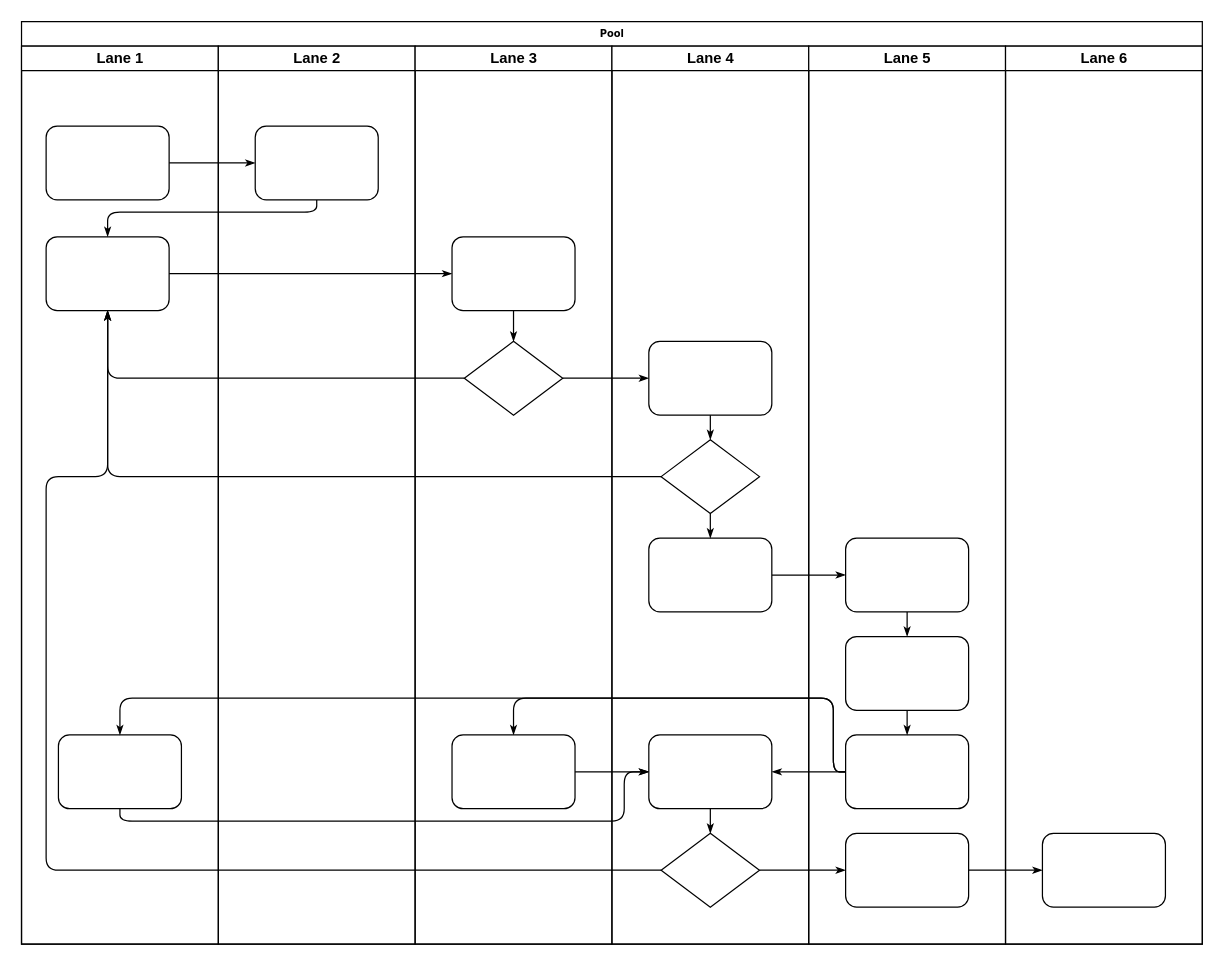
neio100/orange keeps this draw.io diagram as Shell Routing Flow.drawio. Above is the earlier version. Source tidied: cells renumbered, new cells numbered last; positions are measured from the earlier drawing's top-left corner, leaving out a move shared by most shapes. Both pictures are drawn from the tidied source at 123%, with x=0, y=0 at pixel (21, 21).
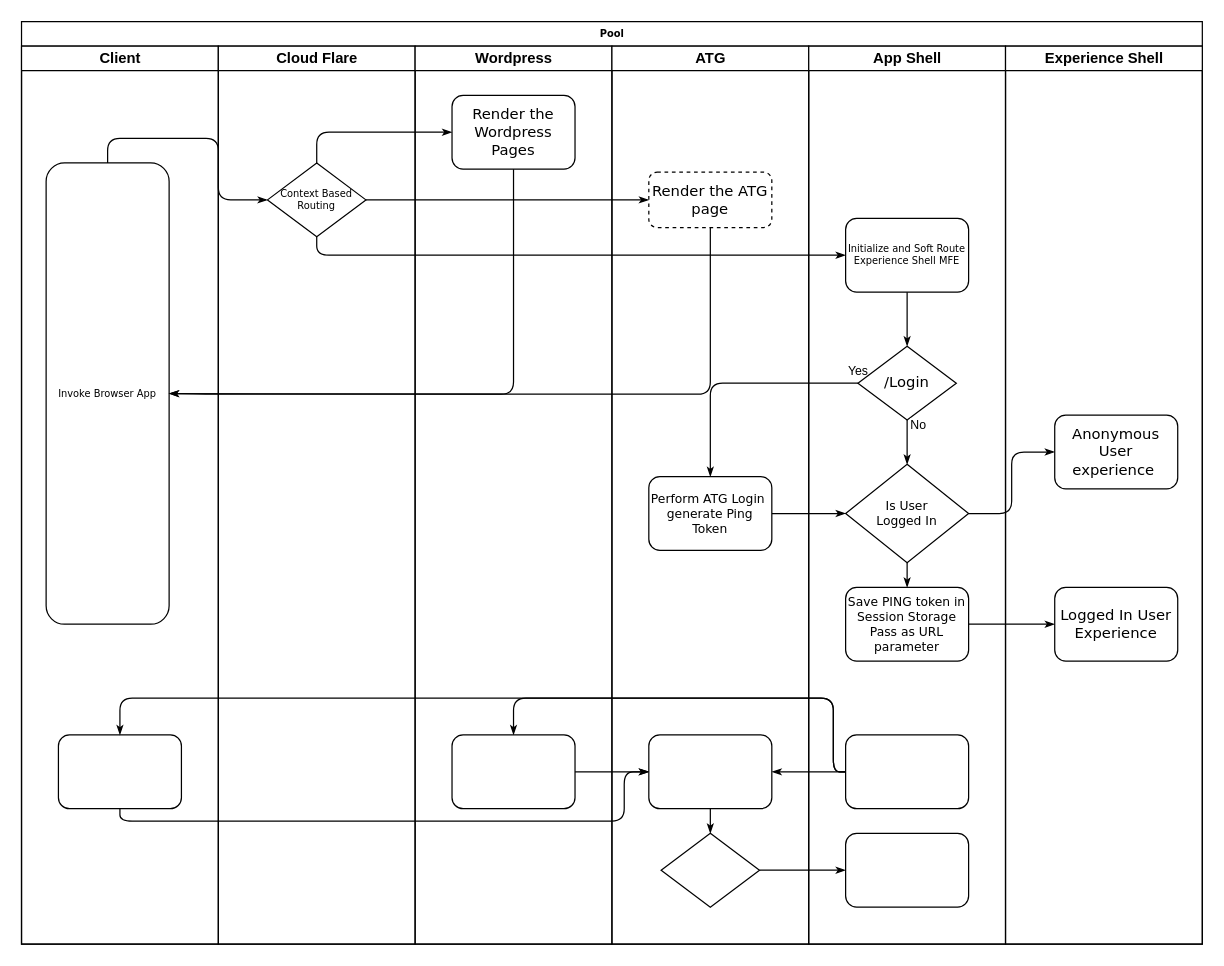
The same page after the edit.

The change refers to these unchanged cells:
```xml
<mxCell id="2" value="Pool" style="swimlane;html=1;startSize=20;rounded=0;shadow=0;labelBackgroundColor=none;strokeWidth=1;fontFamily=Verdana;fontSize=8;align=center;" parent="1" vertex="1">
  <mxGeometry width="960" height="750" as="geometry" />
</mxCell>
<mxCell id="34" style="rhombus;whiteSpace=wrap;html=1;rounded=0;shadow=0;labelBackgroundColor=none;strokeWidth=1;fontFamily=Verdana;fontSize=8;align=center;" parent="29" vertex="1">
  <mxGeometry x="40" y="640" width="80" height="60" as="geometry" />
</mxCell>
<mxCell id="41" style="rounded=1;whiteSpace=wrap;html=1;shadow=0;labelBackgroundColor=none;strokeWidth=1;fontFamily=Verdana;fontSize=8;align=center;" parent="38" vertex="1">
  <mxGeometry x="30" y="560" width="100" height="60" as="geometry" />
</mxCell>
<mxCell id="42" style="rounded=1;whiteSpace=wrap;html=1;shadow=0;labelBackgroundColor=none;strokeWidth=1;fontFamily=Verdana;fontSize=8;align=center;" parent="38" vertex="1">
  <mxGeometry x="30" y="640" width="100" height="60" as="geometry" />
</mxCell>
```

Diff of the diagram source:
```diff
@@
-    <mxCell id="3" value="Lane 1" style="swimlane;html=1;startSize=20;" parent="2" vertex="1">
+    <mxCell id="3" value="Client" style="swimlane;html=1;startSize=20;" parent="2" vertex="1">
       <mxGeometry y="20" width="160" height="730" as="geometry" />
     </mxCell>
-    <mxCell id="4" style="rounded=1;whiteSpace=wrap;html=1;shadow=0;labelBackgroundColor=none;strokeWidth=1;fontFamily=Verdana;fontSize=8;align=center;" parent="3" vertex="1">
-      <mxGeometry x="20" y="65" width="100" height="60" as="geometry" />
+    <mxCell id="4" value="Invoke Browser App" style="rounded=1;whiteSpace=wrap;html=1;shadow=0;labelBackgroundColor=none;strokeWidth=1;fontFamily=Verdana;fontSize=8;align=center;" parent="3" vertex="1">
+      <mxGeometry x="20" y="95" width="100" height="375" as="geometry" />
     </mxCell>
-    <mxCell id="5" style="rounded=1;whiteSpace=wrap;html=1;shadow=0;labelBackgroundColor=none;strokeWidth=1;fontFamily=Verdana;fontSize=8;align=center;" parent="3" vertex="1">
-      <mxGeometry x="20" y="155" width="100" height="60" as="geometry" />
-    </mxCell>
@@
-    <mxCell id="7" style="edgeStyle=orthogonalEdgeStyle;rounded=1;html=1;labelBackgroundColor=none;startArrow=none;startFill=0;startSize=5;endArrow=classicThin;endFill=1;endSize=5;jettySize=auto;strokeWidth=1;fontFamily=Verdana;fontSize=8;" parent="2" edge="1" source="4" target="23">
+    <mxCell id="7" style="edgeStyle=orthogonalEdgeStyle;rounded=1;html=1;labelBackgroundColor=none;startArrow=none;startFill=0;startSize=5;endArrow=classicThin;endFill=1;endSize=5;jettySize=auto;strokeWidth=1;fontFamily=Verdana;fontSize=8;entryX=0;entryY=0.5;entryDx=0;entryDy=0;exitX=0.5;exitY=0;exitDx=0;exitDy=0;" parent="2" edge="1" source="4" target="47">
       <mxGeometry relative="1" as="geometry" />
     </mxCell>
-    <mxCell id="8" style="edgeStyle=orthogonalEdgeStyle;rounded=1;html=1;labelBackgroundColor=none;startArrow=none;startFill=0;startSize=5;endArrow=classicThin;endFill=1;endSize=5;jettySize=auto;strokeWidth=1;fontFamily=Verdana;fontSize=8;" parent="2" edge="1" source="23" target="5">
+    <mxCell id="8" style="edgeStyle=orthogonalEdgeStyle;rounded=1;html=1;labelBackgroundColor=none;startArrow=none;startFill=0;startSize=5;endArrow=classicThin;endFill=1;endSize=5;jettySize=auto;strokeWidth=1;fontFamily=Verdana;fontSize=8;exitX=0.5;exitY=1;exitDx=0;exitDy=0;" parent="2" edge="1" source="47" target="5">
       <mxGeometry relative="1" as="geometry">
         <Array as="points">
-          <mxPoint x="240" y="155" />
-          <mxPoint x="70" y="155" />
+          <mxPoint x="240" y="190" />
+          <mxPoint x="720" y="190" />
         </Array>
       </mxGeometry>
     </mxCell>
-    <mxCell id="9" style="edgeStyle=orthogonalEdgeStyle;rounded=1;html=1;labelBackgroundColor=none;startArrow=none;startFill=0;startSize=5;endArrow=classicThin;endFill=1;endSize=5;jettySize=auto;strokeWidth=1;fontFamily=Verdana;fontSize=8;" parent="2" edge="1" source="5" target="25">
+    <mxCell id="9" style="edgeStyle=orthogonalEdgeStyle;rounded=1;html=1;labelBackgroundColor=none;startArrow=none;startFill=0;startSize=5;endArrow=classicThin;endFill=1;endSize=5;jettySize=auto;strokeWidth=1;fontFamily=Verdana;fontSize=8;exitX=0.5;exitY=0;exitDx=0;exitDy=0;" parent="2" edge="1" source="47" target="25">
       <mxGeometry relative="1" as="geometry" />
     </mxCell>
-    <mxCell id="10" style="edgeStyle=orthogonalEdgeStyle;rounded=1;html=1;labelBackgroundColor=none;startArrow=none;startFill=0;startSize=5;endArrow=classicThin;endFill=1;endSize=5;jettySize=auto;strokeWidth=1;fontFamily=Verdana;fontSize=8;" parent="2" edge="1" source="26" target="5">
+    <mxCell id="10" style="edgeStyle=orthogonalEdgeStyle;rounded=1;html=1;labelBackgroundColor=none;startArrow=none;startFill=0;startSize=5;endArrow=classicThin;endFill=1;endSize=5;jettySize=auto;strokeWidth=1;fontFamily=Verdana;fontSize=8;entryX=0;entryY=0.5;entryDx=0;entryDy=0;exitX=1;exitY=0.5;exitDx=0;exitDy=0;" parent="2" edge="1" source="32" target="49">
       <mxGeometry relative="1" as="geometry" />
     </mxCell>
-    <mxCell id="11" style="edgeStyle=orthogonalEdgeStyle;rounded=1;html=1;labelBackgroundColor=none;startArrow=none;startFill=0;startSize=5;endArrow=classicThin;endFill=1;endSize=5;jettySize=auto;strokeWidth=1;fontFamily=Verdana;fontSize=8;" parent="2" edge="1" source="31" target="5">
-      <mxGeometry relative="1" as="geometry" />
-    </mxCell>
-    <mxCell id="12" style="edgeStyle=orthogonalEdgeStyle;rounded=1;html=1;labelBackgroundColor=none;startArrow=none;startFill=0;startSize=5;endArrow=classicThin;endFill=1;endSize=5;jettySize=auto;strokeWidth=1;fontFamily=Verdana;fontSize=8;" parent="2" edge="1" source="34" target="5">
-      <mxGeometry relative="1" as="geometry">
-        <Array as="points">
-          <mxPoint x="20" y="690" />
-          <mxPoint x="20" y="370" />
-          <mxPoint x="70" y="370" />
-        </Array>
-      </mxGeometry>
-    </mxCell>
-    <mxCell id="13" style="edgeStyle=orthogonalEdgeStyle;rounded=1;html=1;labelBackgroundColor=none;startArrow=none;startFill=0;startSize=5;endArrow=classicThin;endFill=1;endSize=5;jettySize=auto;strokeWidth=1;fontFamily=Verdana;fontSize=8;" parent="2" edge="1" source="26" target="30">
+    <mxCell id="13" style="edgeStyle=orthogonalEdgeStyle;rounded=1;html=1;labelBackgroundColor=none;startArrow=none;startFill=0;startSize=5;endArrow=classicThin;endFill=1;endSize=5;jettySize=auto;strokeWidth=1;fontFamily=Verdana;fontSize=8;exitX=1;exitY=0.5;exitDx=0;exitDy=0;" parent="2" edge="1" source="47" target="30">
       <mxGeometry relative="1" as="geometry" />
     </mxCell>
@@
-    <mxCell id="15" style="edgeStyle=orthogonalEdgeStyle;rounded=1;html=1;labelBackgroundColor=none;startArrow=none;startFill=0;startSize=5;endArrow=classicThin;endFill=1;endSize=5;jettySize=auto;strokeWidth=1;fontFamily=Verdana;fontSize=8;" parent="2" edge="1" source="42" target="46">
-      <mxGeometry relative="1" as="geometry" />
-    </mxCell>
-    <mxCell id="16" style="edgeStyle=orthogonalEdgeStyle;rounded=1;html=1;labelBackgroundColor=none;startArrow=none;startFill=0;startSize=5;endArrow=classicThin;endFill=1;endSize=5;jettySize=auto;strokeWidth=1;fontFamily=Verdana;fontSize=8;" parent="2" edge="1" source="32" target="39">
-      <mxGeometry relative="1" as="geometry" />
-    </mxCell>
@@
-    <mxCell id="22" value="Lane 2" style="swimlane;html=1;startSize=20;" parent="2" vertex="1">
+    <mxCell id="22" value="Cloud Flare" style="swimlane;html=1;startSize=20;" parent="2" vertex="1">
       <mxGeometry x="160" y="20" width="160" height="730" as="geometry" />
     </mxCell>
-    <mxCell id="23" style="rounded=1;whiteSpace=wrap;html=1;shadow=0;labelBackgroundColor=none;strokeWidth=1;fontFamily=Verdana;fontSize=8;align=center;" parent="22" vertex="1">
-      <mxGeometry x="30" y="65" width="100" height="60" as="geometry" />
-    </mxCell>
+    <mxCell id="47" value="Context Based Routing" style="rhombus;whiteSpace=wrap;html=1;rounded=0;shadow=0;labelBackgroundColor=none;strokeWidth=1;fontFamily=Verdana;fontSize=8;align=center;" parent="22" vertex="1">
+      <mxGeometry x="40" y="95" width="80" height="60" as="geometry" />
+    </mxCell>
-    <mxCell id="24" value="Lane 3" style="swimlane;html=1;startSize=20;" parent="2" vertex="1">
+    <mxCell id="24" value="Wordpress" style="swimlane;html=1;startSize=20;" parent="2" vertex="1">
       <mxGeometry x="320" y="20" width="160" height="730" as="geometry" />
     </mxCell>
-    <mxCell id="25" style="rounded=1;whiteSpace=wrap;html=1;shadow=0;labelBackgroundColor=none;strokeWidth=1;fontFamily=Verdana;fontSize=8;align=center;" parent="24" vertex="1">
-      <mxGeometry x="30" y="155" width="100" height="60" as="geometry" />
+    <mxCell id="25" value="&lt;font style=&quot;font-size: 12px&quot;&gt;Render the Wordpress Pages&lt;/font&gt;" style="rounded=1;whiteSpace=wrap;html=1;shadow=0;labelBackgroundColor=none;strokeWidth=1;fontFamily=Verdana;fontSize=8;align=center;" parent="24" vertex="1">
+      <mxGeometry x="30" y="40" width="100" height="60" as="geometry" />
     </mxCell>
-    <mxCell id="26" style="rhombus;whiteSpace=wrap;html=1;rounded=0;shadow=0;labelBackgroundColor=none;strokeWidth=1;fontFamily=Verdana;fontSize=8;align=center;" parent="24" vertex="1">
-      <mxGeometry x="40" y="240" width="80" height="60" as="geometry" />
-    </mxCell>
@@
-    <mxCell id="28" style="edgeStyle=orthogonalEdgeStyle;rounded=1;html=1;labelBackgroundColor=none;startArrow=none;startFill=0;startSize=5;endArrow=classicThin;endFill=1;endSize=5;jettySize=auto;strokeWidth=1;fontFamily=Verdana;fontSize=8;" parent="24" edge="1" source="25" target="26">
-      <mxGeometry relative="1" as="geometry" />
-    </mxCell>
+    <mxCell id="36" style="edgeStyle=orthogonalEdgeStyle;rounded=1;html=1;labelBackgroundColor=none;startArrow=none;startFill=0;startSize=5;endArrow=classicThin;endFill=1;endSize=5;jettySize=auto;strokeWidth=1;fontFamily=Verdana;fontSize=8;entryX=0.5;entryY=0;entryDx=0;entryDy=0;" parent="2" edge="1" source="31" target="32">
+      <mxGeometry relative="1" as="geometry" />
+    </mxCell>
+    <mxCell id="43" style="edgeStyle=orthogonalEdgeStyle;rounded=1;html=1;labelBackgroundColor=none;startArrow=none;startFill=0;startSize=5;endArrow=classicThin;endFill=1;endSize=5;jettySize=auto;strokeWidth=1;fontFamily=Verdana;fontSize=8;" parent="2" edge="1" source="39" target="40">
+      <mxGeometry relative="1" as="geometry" />
+    </mxCell>
+    <mxCell id="48" style="edgeStyle=orthogonalEdgeStyle;rounded=1;html=1;labelBackgroundColor=none;startArrow=none;startFill=0;startSize=5;endArrow=classicThin;endFill=1;endSize=5;jettySize=auto;strokeWidth=1;fontFamily=Verdana;fontSize=8;exitX=1;exitY=0.5;exitDx=0;exitDy=0;entryX=0;entryY=0.5;entryDx=0;entryDy=0;" parent="2" edge="1" source="49" target="23">
+      <mxGeometry relative="1" as="geometry" />
+    </mxCell>
-    <mxCell id="29" value="Lane 4" style="swimlane;html=1;startSize=20;" parent="2" vertex="1">
+    <mxCell id="29" value="ATG" style="swimlane;html=1;startSize=20;" parent="2" vertex="1">
       <mxGeometry x="480" y="20" width="160" height="730" as="geometry" />
     </mxCell>
-    <mxCell id="30" style="rounded=1;whiteSpace=wrap;html=1;shadow=0;labelBackgroundColor=none;strokeWidth=1;fontFamily=Verdana;fontSize=8;align=center;" parent="29" vertex="1">
-      <mxGeometry x="30" y="240" width="100" height="60" as="geometry" />
+    <mxCell id="30" value="&lt;font style=&quot;font-size: 12px&quot;&gt;Render the ATG page&lt;/font&gt;" style="rounded=1;whiteSpace=wrap;html=1;shadow=0;labelBackgroundColor=none;strokeWidth=1;fontFamily=Verdana;fontSize=8;align=center;dashed=1;" parent="29" vertex="1">
+      <mxGeometry x="30" y="102.5" width="100" height="45" as="geometry" />
     </mxCell>
-    <mxCell id="31" style="rhombus;whiteSpace=wrap;html=1;rounded=0;shadow=0;labelBackgroundColor=none;strokeWidth=1;fontFamily=Verdana;fontSize=8;align=center;" parent="29" vertex="1">
-      <mxGeometry x="40" y="320" width="80" height="60" as="geometry" />
-    </mxCell>
-    <mxCell id="32" style="rounded=1;whiteSpace=wrap;html=1;shadow=0;labelBackgroundColor=none;strokeWidth=1;fontFamily=Verdana;fontSize=8;align=center;" parent="29" vertex="1">
-      <mxGeometry x="30" y="400" width="100" height="60" as="geometry" />
+    <mxCell id="32" value="&lt;font style=&quot;font-size: 10px&quot;&gt;Perform ATG Login&amp;nbsp;&lt;br&gt;generate Ping Token&lt;/font&gt;" style="rounded=1;whiteSpace=wrap;html=1;shadow=0;labelBackgroundColor=none;strokeWidth=1;fontFamily=Verdana;fontSize=8;align=center;" parent="29" vertex="1">
+      <mxGeometry x="30" y="350" width="100" height="60" as="geometry" />
     </mxCell>
@@
-    <mxCell id="35" style="edgeStyle=orthogonalEdgeStyle;rounded=1;html=1;labelBackgroundColor=none;startArrow=none;startFill=0;startSize=5;endArrow=classicThin;endFill=1;endSize=5;jettySize=auto;strokeColor=#000000;strokeWidth=1;fontFamily=Verdana;fontSize=8;fontColor=#000000;" parent="29" edge="1" source="30" target="31">
-      <mxGeometry relative="1" as="geometry" />
-    </mxCell>
-    <mxCell id="36" style="edgeStyle=orthogonalEdgeStyle;rounded=1;html=1;labelBackgroundColor=none;startArrow=none;startFill=0;startSize=5;endArrow=classicThin;endFill=1;endSize=5;jettySize=auto;strokeWidth=1;fontFamily=Verdana;fontSize=8;" parent="29" edge="1" source="31" target="32">
-      <mxGeometry relative="1" as="geometry" />
-    </mxCell>
@@
-    <mxCell id="38" value="Lane 5" style="swimlane;html=1;startSize=20;" parent="2" vertex="1">
+    <mxCell id="38" value="App Shell" style="swimlane;html=1;startSize=20;" parent="2" vertex="1">
       <mxGeometry x="640" y="20" width="160" height="730" as="geometry" />
     </mxCell>
-    <mxCell id="39" style="rounded=1;whiteSpace=wrap;html=1;shadow=0;labelBackgroundColor=none;strokeWidth=1;fontFamily=Verdana;fontSize=8;align=center;" parent="38" vertex="1">
-      <mxGeometry x="30" y="400" width="100" height="60" as="geometry" />
+    <mxCell id="39" value="&lt;font style=&quot;font-size: 10px&quot;&gt;Save PING token in Session Storage&lt;br&gt;Pass as URL parameter&lt;/font&gt;" style="rounded=1;whiteSpace=wrap;html=1;shadow=0;labelBackgroundColor=none;strokeWidth=1;fontFamily=Verdana;fontSize=8;align=center;" parent="38" vertex="1">
+      <mxGeometry x="30" y="440" width="100" height="60" as="geometry" />
     </mxCell>
-    <mxCell id="40" style="rounded=1;whiteSpace=wrap;html=1;shadow=0;labelBackgroundColor=none;strokeWidth=1;fontFamily=Verdana;fontSize=8;align=center;" parent="38" vertex="1">
-      <mxGeometry x="30" y="480" width="100" height="60" as="geometry" />
-    </mxCell>
@@
-    <mxCell id="43" style="edgeStyle=orthogonalEdgeStyle;rounded=1;html=1;labelBackgroundColor=none;startArrow=none;startFill=0;startSize=5;endArrow=classicThin;endFill=1;endSize=5;jettySize=auto;strokeWidth=1;fontFamily=Verdana;fontSize=8;" parent="38" edge="1" source="39" target="40">
-      <mxGeometry relative="1" as="geometry" />
-    </mxCell>
-    <mxCell id="44" style="edgeStyle=orthogonalEdgeStyle;rounded=1;html=1;labelBackgroundColor=none;startArrow=none;startFill=0;startSize=5;endArrow=classicThin;endFill=1;endSize=5;jettySize=auto;strokeWidth=1;fontFamily=Verdana;fontSize=8;" parent="38" edge="1" source="40" target="41">
-      <mxGeometry relative="1" as="geometry" />
-    </mxCell>
+    <mxCell id="31" value="&lt;span style=&quot;font-size: 12px&quot;&gt;/Login&lt;/span&gt;" style="rhombus;whiteSpace=wrap;html=1;rounded=0;shadow=0;labelBackgroundColor=none;strokeWidth=1;fontFamily=Verdana;fontSize=8;align=center;" parent="38" vertex="1">
+      <mxGeometry x="40" y="244" width="80" height="60" as="geometry" />
+    </mxCell>
+    <mxCell id="49" value="&lt;font style=&quot;font-size: 10px&quot;&gt;Is User &lt;br&gt;Logged In&lt;/font&gt;" style="rhombus;whiteSpace=wrap;html=1;rounded=0;shadow=0;labelBackgroundColor=none;strokeWidth=1;fontFamily=Verdana;fontSize=8;align=center;" parent="38" vertex="1">
+      <mxGeometry x="30" y="340" width="100" height="80" as="geometry" />
+    </mxCell>
+    <mxCell id="50" style="edgeStyle=orthogonalEdgeStyle;rounded=1;html=1;labelBackgroundColor=none;startArrow=none;startFill=0;startSize=5;endArrow=classicThin;endFill=1;endSize=5;jettySize=auto;strokeWidth=1;fontFamily=Verdana;fontSize=8;exitX=0.5;exitY=1;exitDx=0;exitDy=0;entryX=0.5;entryY=0;entryDx=0;entryDy=0;" parent="38" edge="1" source="31" target="49">
+      <mxGeometry relative="1" as="geometry" />
+    </mxCell>
+    <mxCell id="51" value="No" style="edgeLabel;html=1;align=center;verticalAlign=middle;fontSize=10;" parent="50" vertex="1">
+      <mxGeometry x="-0.84" y="8" relative="1" as="geometry" />
+    </mxCell>
+    <mxCell id="52" style="edgeStyle=orthogonalEdgeStyle;rounded=1;html=1;labelBackgroundColor=none;startArrow=none;startFill=0;startSize=5;endArrow=classicThin;endFill=1;endSize=5;jettySize=auto;strokeWidth=1;fontFamily=Verdana;fontSize=8;exitX=0.5;exitY=1;exitDx=0;exitDy=0;entryX=0.5;entryY=0;entryDx=0;entryDy=0;" parent="38" edge="1" source="49" target="39">
+      <mxGeometry relative="1" as="geometry" />
+    </mxCell>
+    <mxCell id="5" value="Initialize and Soft Route Experience Shell MFE" style="rounded=1;whiteSpace=wrap;html=1;shadow=0;labelBackgroundColor=none;strokeWidth=1;fontFamily=Verdana;fontSize=8;align=center;" parent="38" vertex="1">
+      <mxGeometry x="30" y="140" width="100" height="60" as="geometry" />
+    </mxCell>
+    <mxCell id="53" style="edgeStyle=orthogonalEdgeStyle;rounded=1;html=1;labelBackgroundColor=none;startArrow=none;startFill=0;startSize=5;endArrow=classicThin;endFill=1;endSize=5;jettySize=auto;strokeWidth=1;fontFamily=Verdana;fontSize=8;exitX=0.5;exitY=1;exitDx=0;exitDy=0;entryX=0.5;entryY=0;entryDx=0;entryDy=0;" parent="38" edge="1" source="5" target="31">
+      <mxGeometry relative="1" as="geometry" />
+    </mxCell>
-    <mxCell id="45" value="Lane 6" style="swimlane;html=1;startSize=20;" parent="2" vertex="1">
+    <mxCell id="45" value="Experience Shell" style="swimlane;html=1;startSize=20;" parent="2" vertex="1">
       <mxGeometry x="800" y="20" width="160" height="730" as="geometry" />
     </mxCell>
-    <mxCell id="46" style="rounded=1;whiteSpace=wrap;html=1;shadow=0;labelBackgroundColor=none;strokeWidth=1;fontFamily=Verdana;fontSize=8;align=center;" parent="45" vertex="1">
-      <mxGeometry x="30" y="640" width="100" height="60" as="geometry" />
-    </mxCell>
+    <mxCell id="23" value="&lt;font style=&quot;font-size: 12px&quot;&gt;Anonymous User experience&amp;nbsp;&lt;/font&gt;" style="rounded=1;whiteSpace=wrap;html=1;shadow=0;labelBackgroundColor=none;strokeWidth=1;fontFamily=Verdana;fontSize=8;align=center;" parent="45" vertex="1">
+      <mxGeometry x="40" y="300" width="100" height="60" as="geometry" />
+    </mxCell>
+    <mxCell id="40" value="&lt;font style=&quot;font-size: 12px&quot;&gt;Logged In User Experience&lt;/font&gt;" style="rounded=1;whiteSpace=wrap;html=1;shadow=0;labelBackgroundColor=none;strokeWidth=1;fontFamily=Verdana;fontSize=8;align=center;" parent="45" vertex="1">
+      <mxGeometry x="40" y="440" width="100" height="60" as="geometry" />
+    </mxCell>
+    <mxCell id="28" style="edgeStyle=orthogonalEdgeStyle;rounded=1;html=1;labelBackgroundColor=none;startArrow=none;startFill=0;startSize=5;endArrow=classicThin;endFill=1;endSize=5;jettySize=auto;strokeWidth=1;fontFamily=Verdana;fontSize=8;entryX=1;entryY=0.5;entryDx=0;entryDy=0;" parent="2" edge="1" source="25" target="4">
+      <mxGeometry relative="1" as="geometry">
+        <Array as="points">
+          <mxPoint x="400" y="303" />
+          <mxPoint x="150" y="303" />
+        </Array>
+      </mxGeometry>
+    </mxCell>
+    <mxCell id="54" style="edgeStyle=orthogonalEdgeStyle;rounded=1;html=1;labelBackgroundColor=none;startArrow=none;startFill=0;startSize=5;endArrow=classicThin;endFill=1;endSize=5;jettySize=auto;strokeWidth=1;fontFamily=Verdana;fontSize=8;entryX=1;entryY=0.5;entryDx=0;entryDy=0;exitX=0.5;exitY=1;exitDx=0;exitDy=0;" parent="2" edge="1" source="30" target="4">
+      <mxGeometry relative="1" as="geometry">
+        <Array as="points">
+          <mxPoint x="560" y="303" />
+          <mxPoint x="410" y="303" />
+        </Array>
+      </mxGeometry>
+    </mxCell>
+    <mxCell id="55" value="Yes" style="text;html=1;align=center;verticalAlign=middle;strokeColor=none;fillColor=none;fontSize=10;" parent="1" vertex="1">
+      <mxGeometry x="665" y="274" width="30" height="20" as="geometry" />
+    </mxCell>
```
